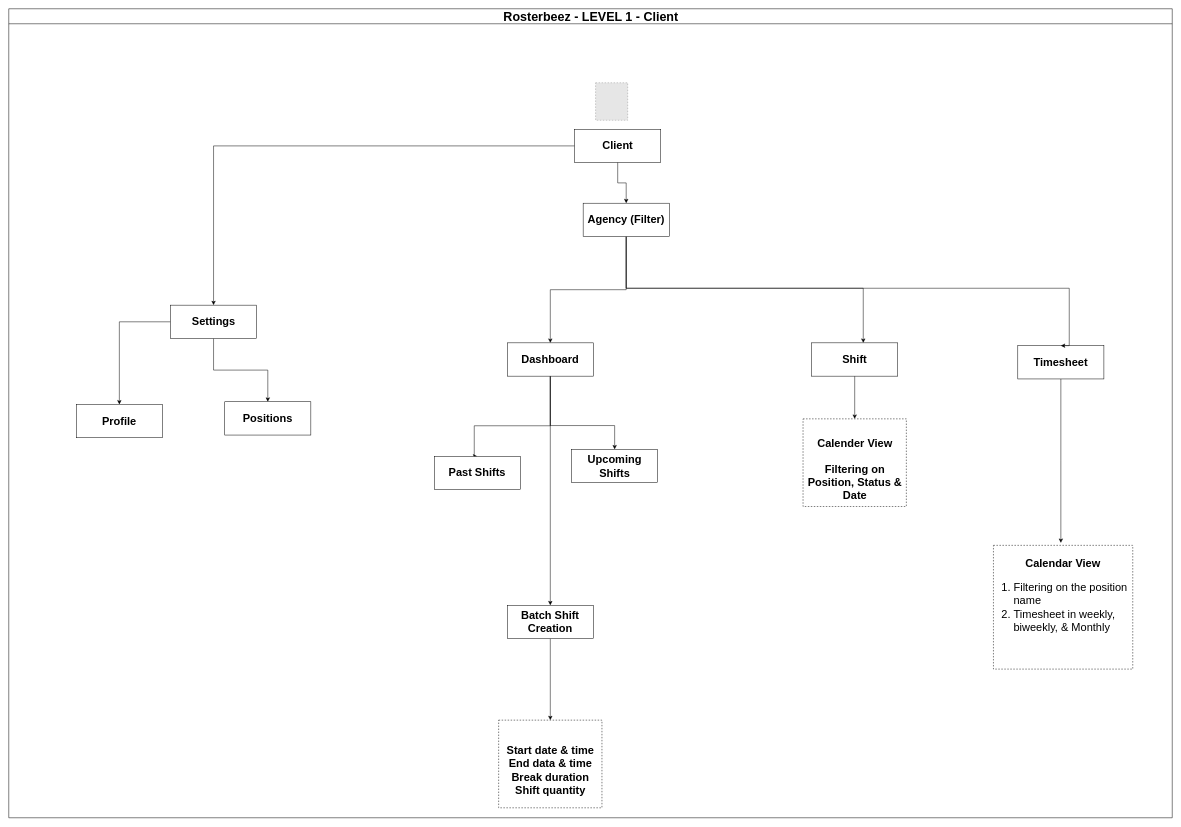
sachinjoseph26/diagrams keeps this draw.io diagram as page "Client" (2 of 3) of Rosterbeez.drawio. Above is the earlier version. Source tidied: cells renumbered, new cells numbered last; positions are measured from the earlier drawing's top-left corner, leaving out a move shared by most shapes. Both pictures are drawn from the tidied source at 50%, with x=0, y=0 at pixel (8, 8). Pictures stored in the file or linked from it are replaced by grey dashed boxes.
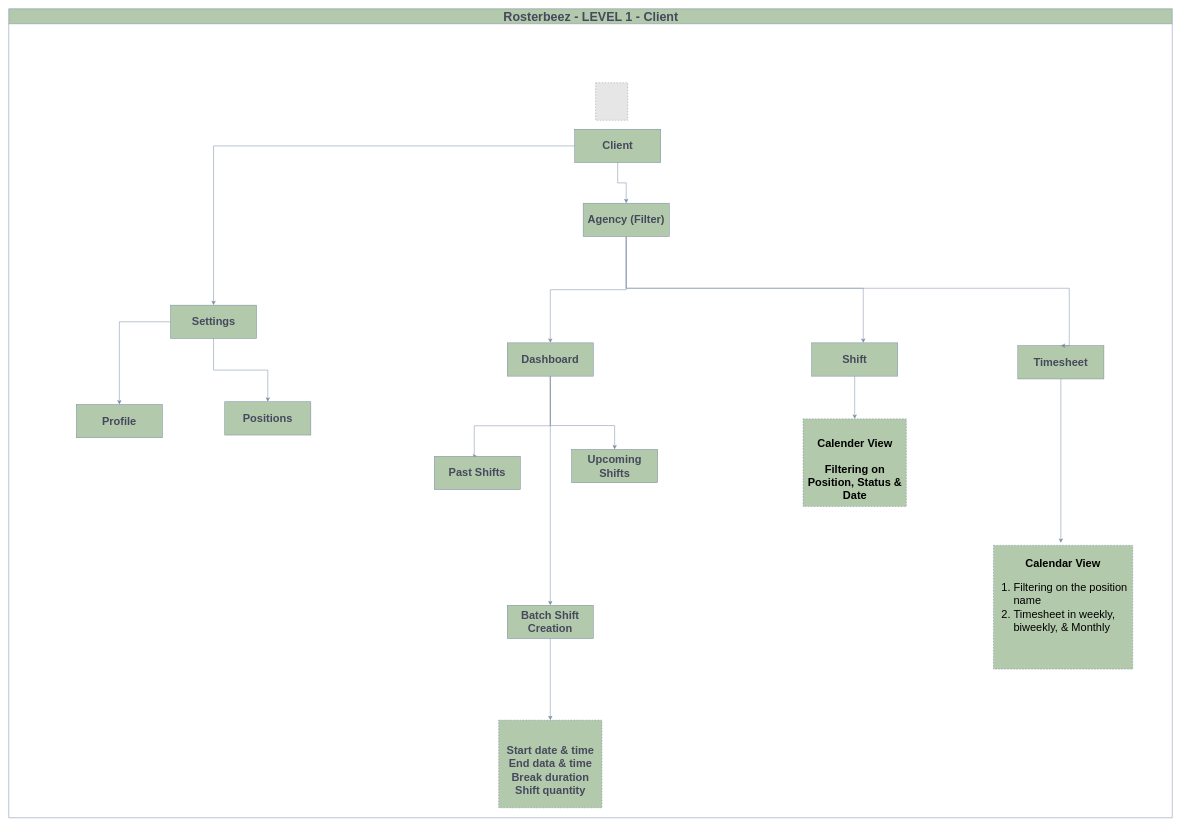
After the change.

What changed in the source:
```diff
@@
-    <mxCell id="2" value="&lt;font style=&quot;font-size: 25px;&quot;&gt;Rosterbeez - LEVEL 1 - Client&lt;/font&gt;" style="swimlane;html=1;startSize=30;horizontal=1;containerType=tree;glass=0;labelBackgroundColor=none;" parent="1" vertex="1">
+    <mxCell id="2" value="&lt;font style=&quot;font-size: 25px;&quot;&gt;Rosterbeez - LEVEL 1 - Client&lt;/font&gt;" style="swimlane;html=1;startSize=30;horizontal=1;containerType=tree;glass=0;labelBackgroundColor=none;fillColor=#B2C9AB;strokeColor=#788AA3;fontColor=#46495D;" parent="1" vertex="1">
       <mxGeometry width="2327" height="1618" as="geometry" />
     </mxCell>
-    <mxCell id="3" style="group;" parent="2" vertex="1">
+    <mxCell id="3" style="group;labelBackgroundColor=none;fontColor=#46495D;" parent="2" vertex="1">
       <mxGeometry x="45" y="148" width="2196" height="1356" as="geometry" />
     </mxCell>
-    <mxCell id="4" style="fillColor=#E6E6E6;strokeColor=#999999;dashed=1;verticalLabelPosition=bottom;labelBackgroundColor=none;verticalAlign=top;fontStyle=1;" parent="3" vertex="1">
+    <mxCell id="4" style="fillColor=#E6E6E6;strokeColor=#999999;dashed=1;verticalLabelPosition=bottom;labelBackgroundColor=none;verticalAlign=top;fontStyle=1;fontColor=#46495D;" parent="3" vertex="1">
       <mxGeometry x="1128.7" width="64.2" height="75" as="geometry" />
     </mxCell>
-    <mxCell id="5" style="group;" parent="3" vertex="1">
+    <mxCell id="5" style="group;labelBackgroundColor=none;fontColor=#46495D;" parent="3" vertex="1">
       <mxGeometry x="7" y="93" width="2196" height="1256.1" as="geometry" />
     </mxCell>
-    <mxCell id="6" style="edgeStyle=orthogonalEdgeStyle;rounded=0;jettySize=auto;html=1;exitX=0;exitY=0.5;exitDx=0;exitDy=0;" parent="5" edge="1" source="7" target="12">
+    <mxCell id="6" style="edgeStyle=orthogonalEdgeStyle;rounded=0;jettySize=auto;html=1;exitX=0;exitY=0.5;exitDx=0;exitDy=0;labelBackgroundColor=none;strokeColor=#788AA3;fontColor=default;" parent="5" edge="1" source="7" target="12">
       <mxGeometry relative="1" as="geometry" />
     </mxCell>
-    <mxCell id="7" value="&lt;span style=&quot;font-size: 22px;&quot;&gt;&lt;b&gt;Client&lt;/b&gt;&lt;/span&gt;" style="rounded=0;whiteSpace=wrap;html=1;labelBackgroundColor=none;" parent="5" vertex="1">
+    <mxCell id="7" value="&lt;span style=&quot;font-size: 22px;&quot;&gt;&lt;b&gt;Client&lt;/b&gt;&lt;/span&gt;" style="rounded=0;whiteSpace=wrap;html=1;labelBackgroundColor=none;fillColor=#B2C9AB;strokeColor=#788AA3;fontColor=#46495D;" parent="5" vertex="1">
       <mxGeometry x="1079.8" width="172.2" height="66.6" as="geometry" />
     </mxCell>
-    <mxCell id="8" style="group;" parent="5" vertex="1">
+    <mxCell id="8" style="group;labelBackgroundColor=none;fontColor=#46495D;" parent="5" vertex="1">
       <mxGeometry y="351.8" width="581.4" height="268.5" as="geometry" />
     </mxCell>
-    <mxCell id="9" value="&lt;span style=&quot;font-size: 22px;&quot;&gt;&lt;b&gt;Profile&lt;/b&gt;&lt;/span&gt;" style="rounded=0;whiteSpace=wrap;html=1;labelBackgroundColor=none;" parent="8" vertex="1">
+    <mxCell id="9" value="&lt;span style=&quot;font-size: 22px;&quot;&gt;&lt;b&gt;Profile&lt;/b&gt;&lt;/span&gt;" style="rounded=0;whiteSpace=wrap;html=1;labelBackgroundColor=none;fillColor=#B2C9AB;strokeColor=#788AA3;fontColor=#46495D;" parent="8" vertex="1">
       <mxGeometry x="83.1" y="198.6" width="172.2" height="66.6" as="geometry" />
     </mxCell>
-    <mxCell id="10" style="edgeStyle=orthogonalEdgeStyle;rounded=0;jettySize=auto;html=1;" parent="8" edge="1" source="12" target="9">
+    <mxCell id="10" style="edgeStyle=orthogonalEdgeStyle;rounded=0;jettySize=auto;html=1;labelBackgroundColor=none;strokeColor=#788AA3;fontColor=default;" parent="8" edge="1" source="12" target="9">
       <mxGeometry relative="1" as="geometry" />
     </mxCell>
-    <mxCell id="11" style="edgeStyle=orthogonalEdgeStyle;rounded=0;jettySize=auto;html=1;" parent="8" edge="1" source="12" target="13">
+    <mxCell id="11" style="edgeStyle=orthogonalEdgeStyle;rounded=0;jettySize=auto;html=1;labelBackgroundColor=none;strokeColor=#788AA3;fontColor=default;" parent="8" edge="1" source="12" target="13">
       <mxGeometry relative="1" as="geometry" />
     </mxCell>
-    <mxCell id="12" value="&lt;span style=&quot;font-size: 22px;&quot;&gt;&lt;b&gt;Settings&lt;/b&gt;&lt;/span&gt;" style="rounded=0;whiteSpace=wrap;html=1;labelBackgroundColor=none;" parent="8" vertex="1">
+    <mxCell id="12" value="&lt;span style=&quot;font-size: 22px;&quot;&gt;&lt;b&gt;Settings&lt;/b&gt;&lt;/span&gt;" style="rounded=0;whiteSpace=wrap;html=1;labelBackgroundColor=none;fillColor=#B2C9AB;strokeColor=#788AA3;fontColor=#46495D;" parent="8" vertex="1">
       <mxGeometry x="271.5" width="172.2" height="66.6" as="geometry" />
     </mxCell>
-    <mxCell id="13" value="&lt;span style=&quot;font-size: 22px;&quot;&gt;&lt;b&gt;Positions&lt;/b&gt;&lt;/span&gt;" style="rounded=0;whiteSpace=wrap;html=1;labelBackgroundColor=none;" parent="8" vertex="1">
+    <mxCell id="13" value="&lt;span style=&quot;font-size: 22px;&quot;&gt;&lt;b&gt;Positions&lt;/b&gt;&lt;/span&gt;" style="rounded=0;whiteSpace=wrap;html=1;labelBackgroundColor=none;fillColor=#B2C9AB;strokeColor=#788AA3;fontColor=#46495D;" parent="8" vertex="1">
       <mxGeometry x="380" y="193.2" width="172.2" height="66.6" as="geometry" />
     </mxCell>
-    <mxCell id="14" style="edgeStyle=orthogonalEdgeStyle;rounded=0;jettySize=auto;html=1;entryX=0.5;entryY=0;entryDx=0;entryDy=0;" parent="5" edge="1" source="17" target="22">
+    <mxCell id="14" style="edgeStyle=orthogonalEdgeStyle;rounded=0;jettySize=auto;html=1;entryX=0.5;entryY=0;entryDx=0;entryDy=0;labelBackgroundColor=none;strokeColor=#788AA3;fontColor=default;" parent="5" edge="1" source="17" target="22">
       <mxGeometry relative="1" as="geometry">
         <Array as="points">
           <mxPoint x="1031" y="593" />
           <mxPoint x="879" y="593" />
           <mxPoint x="879" y="654" />
         </Array>
       </mxGeometry>
     </mxCell>
-    <mxCell id="15" style="edgeStyle=orthogonalEdgeStyle;rounded=0;jettySize=auto;html=1;entryX=0.5;entryY=0;entryDx=0;entryDy=0;" parent="5" edge="1" source="17" target="23">
+    <mxCell id="15" style="edgeStyle=orthogonalEdgeStyle;rounded=0;jettySize=auto;html=1;entryX=0.5;entryY=0;entryDx=0;entryDy=0;labelBackgroundColor=none;strokeColor=#788AA3;fontColor=default;" parent="5" edge="1" source="17" target="23">
       <mxGeometry relative="1" as="geometry">
         <Array as="points">
           <mxPoint x="1031.1" y="592.6" />
           <mxPoint x="1159.8" y="592.6" />
         </Array>
       </mxGeometry>
     </mxCell>
-    <mxCell id="16" style="edgeStyle=orthogonalEdgeStyle;rounded=0;jettySize=auto;html=1;" parent="5" edge="1" source="17" target="25">
+    <mxCell id="16" style="edgeStyle=orthogonalEdgeStyle;rounded=0;jettySize=auto;html=1;labelBackgroundColor=none;strokeColor=#788AA3;fontColor=default;" parent="5" edge="1" source="17" target="25">
       <mxGeometry relative="1" as="geometry" />
     </mxCell>
-    <mxCell id="17" value="&lt;span style=&quot;font-size: 22px;&quot;&gt;&lt;b&gt;Dashboard&lt;/b&gt;&lt;/span&gt;" style="rounded=0;whiteSpace=wrap;html=1;labelBackgroundColor=none;" parent="5" vertex="1">
+    <mxCell id="17" value="&lt;span style=&quot;font-size: 22px;&quot;&gt;&lt;b&gt;Dashboard&lt;/b&gt;&lt;/span&gt;" style="rounded=0;whiteSpace=wrap;html=1;labelBackgroundColor=none;fillColor=#B2C9AB;strokeColor=#788AA3;fontColor=#46495D;" parent="5" vertex="1">
       <mxGeometry x="945" y="427.2" width="172.2" height="66.6" as="geometry" />
     </mxCell>
-    <mxCell id="18" style="edgeStyle=orthogonalEdgeStyle;rounded=0;jettySize=auto;html=1;exitX=0.5;exitY=1;exitDx=0;exitDy=0;entryX=0.5;entryY=0;entryDx=0;entryDy=0;" parent="5" edge="1" source="19" target="26">
+    <mxCell id="18" style="edgeStyle=orthogonalEdgeStyle;rounded=0;jettySize=auto;html=1;exitX=0.5;exitY=1;exitDx=0;exitDy=0;entryX=0.5;entryY=0;entryDx=0;entryDy=0;labelBackgroundColor=none;strokeColor=#788AA3;fontColor=default;" parent="5" edge="1" source="19" target="26">
       <mxGeometry relative="1" as="geometry" />
     </mxCell>
-    <mxCell id="19" value="&lt;span style=&quot;font-size: 22px;&quot;&gt;&lt;b&gt;Shift&lt;/b&gt;&lt;/span&gt;" style="rounded=0;whiteSpace=wrap;html=1;labelBackgroundColor=none;" parent="5" vertex="1">
+    <mxCell id="19" value="&lt;span style=&quot;font-size: 22px;&quot;&gt;&lt;b&gt;Shift&lt;/b&gt;&lt;/span&gt;" style="rounded=0;whiteSpace=wrap;html=1;labelBackgroundColor=none;fillColor=#B2C9AB;strokeColor=#788AA3;fontColor=#46495D;" parent="5" vertex="1">
       <mxGeometry x="1553.8" y="427.2" width="172.2" height="66.6" as="geometry" />
     </mxCell>
-    <mxCell id="20" style="edgeStyle=orthogonalEdgeStyle;rounded=0;jettySize=auto;html=1;" parent="5" edge="1" source="21">
+    <mxCell id="20" style="edgeStyle=orthogonalEdgeStyle;rounded=0;jettySize=auto;html=1;labelBackgroundColor=none;strokeColor=#788AA3;fontColor=default;" parent="5" edge="1" source="21">
       <mxGeometry relative="1" as="geometry">
         <mxPoint x="2052.2" y="827.3" as="targetPoint" />
       </mxGeometry>
     </mxCell>
-    <mxCell id="21" value="&lt;span style=&quot;font-size: 22px;&quot;&gt;&lt;b&gt;Timesheet&lt;/b&gt;&lt;/span&gt;" style="rounded=0;whiteSpace=wrap;html=1;labelBackgroundColor=none;" parent="5" vertex="1">
+    <mxCell id="21" value="&lt;span style=&quot;font-size: 22px;&quot;&gt;&lt;b&gt;Timesheet&lt;/b&gt;&lt;/span&gt;" style="rounded=0;whiteSpace=wrap;html=1;labelBackgroundColor=none;fillColor=#B2C9AB;strokeColor=#788AA3;fontColor=#46495D;" parent="5" vertex="1">
       <mxGeometry x="1966.1" y="432.8" width="172.2" height="66.6" as="geometry" />
     </mxCell>
-    <mxCell id="22" value="&lt;span style=&quot;font-size: 22px;&quot;&gt;&lt;b&gt;Past Shifts&lt;/b&gt;&lt;/span&gt;" style="rounded=0;whiteSpace=wrap;html=1;labelBackgroundColor=none;" parent="5" vertex="1">
+    <mxCell id="22" value="&lt;span style=&quot;font-size: 22px;&quot;&gt;&lt;b&gt;Past Shifts&lt;/b&gt;&lt;/span&gt;" style="rounded=0;whiteSpace=wrap;html=1;labelBackgroundColor=none;fillColor=#B2C9AB;strokeColor=#788AA3;fontColor=#46495D;" parent="5" vertex="1">
       <mxGeometry x="799" y="654.1" width="172.2" height="66.6" as="geometry" />
     </mxCell>
-    <mxCell id="23" value="&lt;span style=&quot;font-size: 22px;&quot;&gt;&lt;b&gt;Upcoming&lt;/b&gt;&lt;/span&gt;&lt;div&gt;&lt;span style=&quot;font-size: 22px;&quot;&gt;&lt;b&gt;Shifts&lt;/b&gt;&lt;/span&gt;&lt;/div&gt;" style="rounded=0;whiteSpace=wrap;html=1;labelBackgroundColor=none;" parent="5" vertex="1">
+    <mxCell id="23" value="&lt;span style=&quot;font-size: 22px;&quot;&gt;&lt;b&gt;Upcoming&lt;/b&gt;&lt;/span&gt;&lt;div&gt;&lt;span style=&quot;font-size: 22px;&quot;&gt;&lt;b&gt;Shifts&lt;/b&gt;&lt;/span&gt;&lt;/div&gt;" style="rounded=0;whiteSpace=wrap;html=1;labelBackgroundColor=none;fillColor=#B2C9AB;strokeColor=#788AA3;fontColor=#46495D;" parent="5" vertex="1">
       <mxGeometry x="1073.7" y="640.3" width="172.2" height="66.6" as="geometry" />
     </mxCell>
-    <mxCell id="24" style="edgeStyle=orthogonalEdgeStyle;rounded=0;jettySize=auto;html=1;" parent="5" edge="1" source="25" target="27">
+    <mxCell id="24" style="edgeStyle=orthogonalEdgeStyle;rounded=0;jettySize=auto;html=1;labelBackgroundColor=none;strokeColor=#788AA3;fontColor=default;" parent="5" edge="1" source="25" target="27">
       <mxGeometry relative="1" as="geometry" />
     </mxCell>
-    <mxCell id="25" value="&lt;span style=&quot;font-size: 22px;&quot;&gt;&lt;b&gt;Batch Shift&lt;/b&gt;&lt;/span&gt;&lt;div&gt;&lt;span style=&quot;font-size: 22px;&quot;&gt;&lt;b&gt;Creation&lt;/b&gt;&lt;/span&gt;&lt;/div&gt;" style="rounded=0;whiteSpace=wrap;html=1;labelBackgroundColor=none;" parent="5" vertex="1">
+    <mxCell id="25" value="&lt;span style=&quot;font-size: 22px;&quot;&gt;&lt;b&gt;Batch Shift&lt;/b&gt;&lt;/span&gt;&lt;div&gt;&lt;span style=&quot;font-size: 22px;&quot;&gt;&lt;b&gt;Creation&lt;/b&gt;&lt;/span&gt;&lt;/div&gt;" style="rounded=0;whiteSpace=wrap;html=1;labelBackgroundColor=none;fillColor=#B2C9AB;strokeColor=#788AA3;fontColor=#46495D;" parent="5" vertex="1">
       <mxGeometry x="945" y="952.1" width="172.2" height="66.6" as="geometry" />
     </mxCell>
-    <mxCell id="26" value="&lt;div&gt;&lt;b style=&quot;font-size: 22px; background-color: transparent; color: light-dark(rgb(0, 0, 0), rgb(255, 255, 255));&quot;&gt;&lt;br&gt;&lt;/b&gt;&lt;/div&gt;&lt;b style=&quot;font-size: 22px; background-color: transparent; color: light-dark(rgb(0, 0, 0), rgb(255, 255, 255));&quot;&gt;&lt;div&gt;&lt;b style=&quot;font-size: 22px; background-color: transparent; color: light-dark(rgb(0, 0, 0), rgb(255, 255, 255));&quot;&gt;Calender View&lt;/b&gt;&lt;/div&gt;&lt;div&gt;&lt;b style=&quot;font-size: 22px; background-color: transparent; color: light-dark(rgb(0, 0, 0), rgb(255, 255, 255));&quot;&gt;&lt;br&gt;&lt;/b&gt;&lt;/div&gt;Filtering on Position, Status &amp;amp; Date&lt;/b&gt;" style="rounded=0;whiteSpace=wrap;html=1;align=center;dashed=1;" parent="5" vertex="1">
+    <mxCell id="26" value="&lt;div&gt;&lt;b style=&quot;font-size: 22px; background-color: transparent; color: light-dark(rgb(0, 0, 0), rgb(255, 255, 255));&quot;&gt;&lt;br&gt;&lt;/b&gt;&lt;/div&gt;&lt;b style=&quot;font-size: 22px; background-color: transparent; color: light-dark(rgb(0, 0, 0), rgb(255, 255, 255));&quot;&gt;&lt;div&gt;&lt;b style=&quot;font-size: 22px; background-color: transparent; color: light-dark(rgb(0, 0, 0), rgb(255, 255, 255));&quot;&gt;Calender View&lt;/b&gt;&lt;/div&gt;&lt;div&gt;&lt;b style=&quot;font-size: 22px; background-color: transparent; color: light-dark(rgb(0, 0, 0), rgb(255, 255, 255));&quot;&gt;&lt;br&gt;&lt;/b&gt;&lt;/div&gt;Filtering on Position, Status &amp;amp; Date&lt;/b&gt;" style="rounded=0;whiteSpace=wrap;html=1;align=center;dashed=1;labelBackgroundColor=none;fillColor=#B2C9AB;strokeColor=#788AA3;fontColor=#46495D;" parent="5" vertex="1">
       <mxGeometry x="1536.6" y="579.2" width="206.6" height="175.3" as="geometry" />
     </mxCell>
-    <mxCell id="27" value="&lt;div&gt;&lt;b style=&quot;font-size: 22px; background-color: transparent; color: light-dark(rgb(0, 0, 0), rgb(255, 255, 255));&quot;&gt;&lt;br&gt;&lt;/b&gt;&lt;/div&gt;&lt;span style=&quot;font-size: 22px;&quot;&gt;&lt;b&gt;Start date &amp;amp; time&lt;/b&gt;&lt;/span&gt;&lt;div&gt;&lt;span style=&quot;font-size: 22px;&quot;&gt;&lt;b&gt;End data &amp;amp; time&lt;/b&gt;&lt;/span&gt;&lt;/div&gt;&lt;div&gt;&lt;span style=&quot;font-size: 22px;&quot;&gt;&lt;b&gt;Break duration&lt;/b&gt;&lt;/span&gt;&lt;/div&gt;&lt;div&gt;&lt;span style=&quot;font-size: 22px;&quot;&gt;&lt;b&gt;Shift quantity&lt;/b&gt;&lt;/span&gt;&lt;/div&gt;" style="rounded=0;whiteSpace=wrap;html=1;align=center;dashed=1;" parent="5" vertex="1">
+    <mxCell id="27" value="&lt;div&gt;&lt;b style=&quot;font-size: 22px; background-color: transparent; color: light-dark(rgb(0, 0, 0), rgb(255, 255, 255));&quot;&gt;&lt;br&gt;&lt;/b&gt;&lt;/div&gt;&lt;span style=&quot;font-size: 22px;&quot;&gt;&lt;b&gt;Start date &amp;amp; time&lt;/b&gt;&lt;/span&gt;&lt;div&gt;&lt;span style=&quot;font-size: 22px;&quot;&gt;&lt;b&gt;End data &amp;amp; time&lt;/b&gt;&lt;/span&gt;&lt;/div&gt;&lt;div&gt;&lt;span style=&quot;font-size: 22px;&quot;&gt;&lt;b&gt;Break duration&lt;/b&gt;&lt;/span&gt;&lt;/div&gt;&lt;div&gt;&lt;span style=&quot;font-size: 22px;&quot;&gt;&lt;b&gt;Shift quantity&lt;/b&gt;&lt;/span&gt;&lt;/div&gt;" style="rounded=0;whiteSpace=wrap;html=1;align=center;dashed=1;labelBackgroundColor=none;fillColor=#B2C9AB;strokeColor=#788AA3;fontColor=#46495D;" parent="5" vertex="1">
       <mxGeometry x="927.8" y="1181.8" width="206.6" height="175.3" as="geometry" />
     </mxCell>
-    <mxCell id="28" value="&lt;div&gt;&lt;b style=&quot;font-size: 22px; background-color: transparent; color: light-dark(rgb(0, 0, 0), rgb(255, 255, 255));&quot;&gt;&lt;br&gt;&lt;/b&gt;&lt;/div&gt;&lt;span style=&quot;background-color: transparent;&quot;&gt;&lt;div style=&quot;color: light-dark(rgb(0, 0, 0), rgb(255, 255, 255)); font-size: 22px; font-weight: bold;&quot;&gt;&lt;b style=&quot;font-size: 22px; background-color: transparent; color: light-dark(rgb(0, 0, 0), rgb(255, 255, 255));&quot;&gt;Calendar View&lt;/b&gt;&lt;/div&gt;&lt;div style=&quot;color: light-dark(rgb(0, 0, 0), rgb(255, 255, 255)); font-size: 22px;&quot;&gt;&lt;ol style=&quot;&quot;&gt;&lt;li style=&quot;text-align: left;&quot;&gt;Filtering on the position name&lt;/li&gt;&lt;li style=&quot;text-align: left;&quot;&gt;Timesheet in weekly, biweekly, &amp;amp; Monthly&lt;/li&gt;&lt;/ol&gt;&lt;/div&gt;&lt;div style=&quot;text-align: left; color: light-dark(rgb(0, 0, 0), rgb(255, 255, 255)); font-size: 22px; font-weight: bold;&quot;&gt;&lt;b style=&quot;font-size: 22px; background-color: transparent; color: light-dark(rgb(0, 0, 0), rgb(255, 255, 255));&quot;&gt;&lt;br&gt;&lt;/b&gt;&lt;/div&gt;&lt;div style=&quot;text-align: left;&quot;&gt;&lt;span style=&quot;font-size: 22px;&quot;&gt;&lt;b&gt;&lt;br&gt;&lt;/b&gt;&lt;/span&gt;&lt;/div&gt;&lt;/span&gt;" style="rounded=0;whiteSpace=wrap;html=1;align=center;dashed=1;" parent="5" vertex="1">
+    <mxCell id="28" value="&lt;div&gt;&lt;b style=&quot;font-size: 22px; background-color: transparent; color: light-dark(rgb(0, 0, 0), rgb(255, 255, 255));&quot;&gt;&lt;br&gt;&lt;/b&gt;&lt;/div&gt;&lt;span style=&quot;background-color: transparent;&quot;&gt;&lt;div style=&quot;color: light-dark(rgb(0, 0, 0), rgb(255, 255, 255)); font-size: 22px; font-weight: bold;&quot;&gt;&lt;b style=&quot;font-size: 22px; background-color: transparent; color: light-dark(rgb(0, 0, 0), rgb(255, 255, 255));&quot;&gt;Calendar View&lt;/b&gt;&lt;/div&gt;&lt;div style=&quot;color: light-dark(rgb(0, 0, 0), rgb(255, 255, 255)); font-size: 22px;&quot;&gt;&lt;ol style=&quot;&quot;&gt;&lt;li style=&quot;text-align: left;&quot;&gt;Filtering on the position name&lt;/li&gt;&lt;li style=&quot;text-align: left;&quot;&gt;Timesheet in weekly, biweekly, &amp;amp; Monthly&lt;/li&gt;&lt;/ol&gt;&lt;/div&gt;&lt;div style=&quot;text-align: left; color: light-dark(rgb(0, 0, 0), rgb(255, 255, 255)); font-size: 22px; font-weight: bold;&quot;&gt;&lt;b style=&quot;font-size: 22px; background-color: transparent; color: light-dark(rgb(0, 0, 0), rgb(255, 255, 255));&quot;&gt;&lt;br&gt;&lt;/b&gt;&lt;/div&gt;&lt;div style=&quot;text-align: left;&quot;&gt;&lt;span style=&quot;font-size: 22px;&quot;&gt;&lt;b&gt;&lt;br&gt;&lt;/b&gt;&lt;/span&gt;&lt;/div&gt;&lt;/span&gt;" style="rounded=0;whiteSpace=wrap;html=1;align=center;dashed=1;labelBackgroundColor=none;fillColor=#B2C9AB;strokeColor=#788AA3;fontColor=#46495D;" parent="5" vertex="1">
       <mxGeometry x="1917.4" y="832.2" width="278.6" height="247.5" as="geometry" />
     </mxCell>
-    <mxCell id="29" style="edgeStyle=orthogonalEdgeStyle;rounded=0;jettySize=auto;html=1;" parent="1" edge="1" source="32" target="17">
+    <mxCell id="29" style="edgeStyle=orthogonalEdgeStyle;rounded=0;jettySize=auto;html=1;labelBackgroundColor=none;strokeColor=#788AA3;fontColor=default;" parent="1" edge="1" source="32" target="17">
       <mxGeometry relative="1" as="geometry" />
     </mxCell>
-    <mxCell id="30" style="edgeStyle=orthogonalEdgeStyle;rounded=0;jettySize=auto;html=1;" parent="1" edge="1" source="32" target="19">
+    <mxCell id="30" style="edgeStyle=orthogonalEdgeStyle;rounded=0;jettySize=auto;html=1;labelBackgroundColor=none;strokeColor=#788AA3;fontColor=default;" parent="1" edge="1" source="32" target="19">
       <mxGeometry relative="1" as="geometry">
         <Array as="points">
           <mxPoint x="1235" y="559" />
           <mxPoint x="1709" y="559" />
         </Array>
       </mxGeometry>
     </mxCell>
-    <mxCell id="31" style="edgeStyle=orthogonalEdgeStyle;rounded=0;jettySize=auto;html=1;entryX=0.5;entryY=0;entryDx=0;entryDy=0;" parent="1" edge="1" source="32" target="21">
+    <mxCell id="31" style="edgeStyle=orthogonalEdgeStyle;rounded=0;jettySize=auto;html=1;entryX=0.5;entryY=0;entryDx=0;entryDy=0;labelBackgroundColor=none;strokeColor=#788AA3;fontColor=default;" parent="1" edge="1" source="32" target="21">
       <mxGeometry relative="1" as="geometry">
         <Array as="points">
           <mxPoint x="1235" y="559" />
           <mxPoint x="2121" y="559" />
         </Array>
       </mxGeometry>
     </mxCell>
-    <mxCell id="32" value="&lt;span style=&quot;font-size: 22px;&quot;&gt;&lt;b&gt;Agency (Filter)&lt;/b&gt;&lt;/span&gt;" style="rounded=0;whiteSpace=wrap;html=1;labelBackgroundColor=none;" parent="1" vertex="1">
+    <mxCell id="32" value="&lt;span style=&quot;font-size: 22px;&quot;&gt;&lt;b&gt;Agency (Filter)&lt;/b&gt;&lt;/span&gt;" style="rounded=0;whiteSpace=wrap;html=1;labelBackgroundColor=none;fillColor=#B2C9AB;strokeColor=#788AA3;fontColor=#46495D;" parent="1" vertex="1">
       <mxGeometry x="1148.8" y="388.9" width="172.2" height="66.6" as="geometry" />
     </mxCell>
-    <mxCell id="33" style="edgeStyle=orthogonalEdgeStyle;rounded=0;jettySize=auto;html=1;" parent="1" edge="1" source="7" target="32">
+    <mxCell id="33" style="edgeStyle=orthogonalEdgeStyle;rounded=0;jettySize=auto;html=1;labelBackgroundColor=none;strokeColor=#788AA3;fontColor=default;" parent="1" edge="1" source="7" target="32">
       <mxGeometry relative="1" as="geometry" />
     </mxCell>
```
